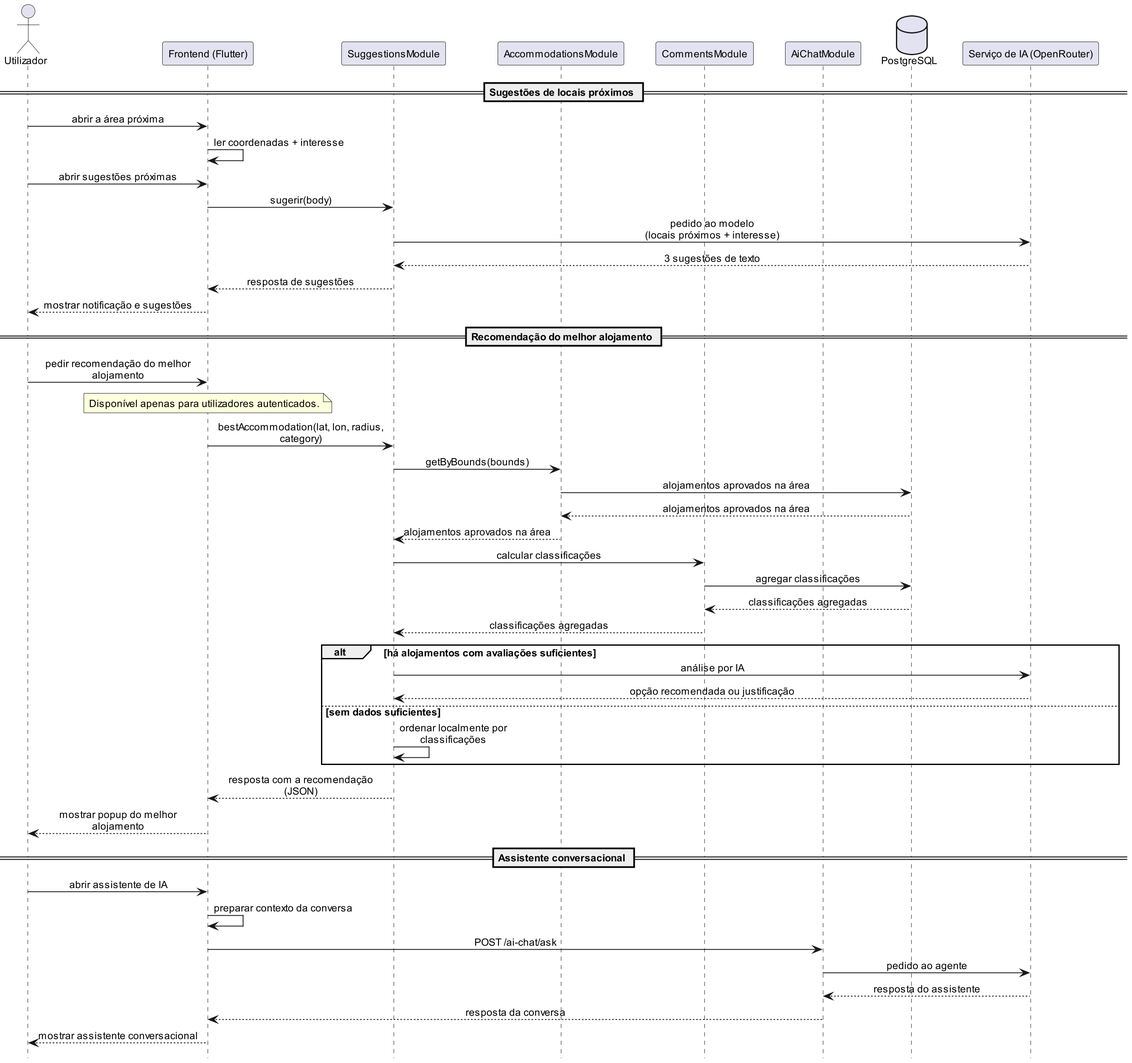
alegna83/cookbook-be keeps this PlantUML diagram as docs/diagrams/png/communication-suggestions-flow.png. Above is the earlier version.
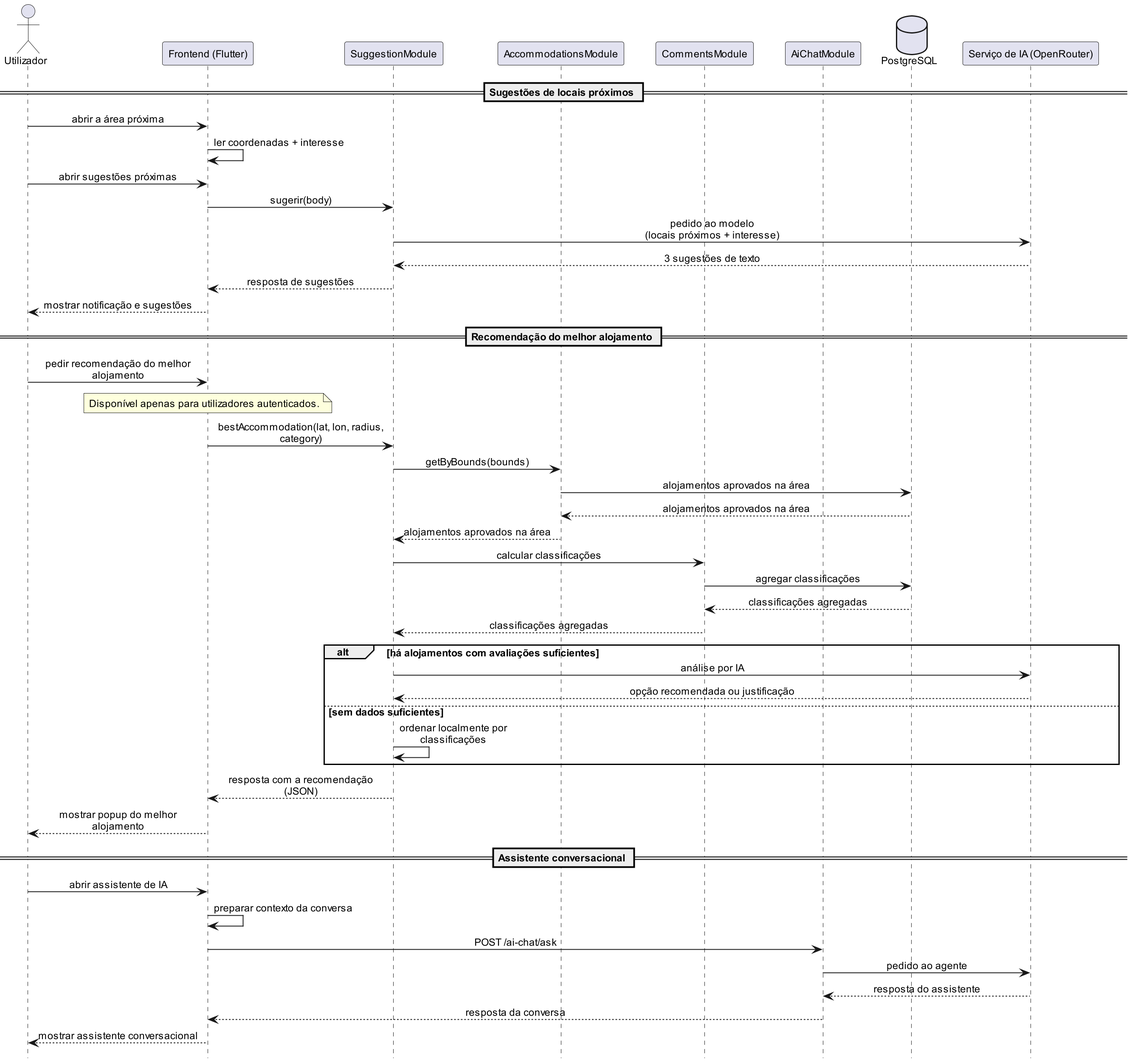
The same diagram one commit later.

Commit message:
communicaticon suggestions

Change to the diagram source:
```diff
@@ -13,7 +13,7 @@
 
 actor Utilizador
 participant "Frontend (Flutter)" as FE
-participant "SuggestionsModule" as SuggestionsModule
+participant "SuggestionModule" as SuggestionsModule
 participant "AccommodationsModule" as AccommodationsModule
 participant "CommentsModule" as CommentsModule
 participant "AiChatModule" as AiChatModule
```
